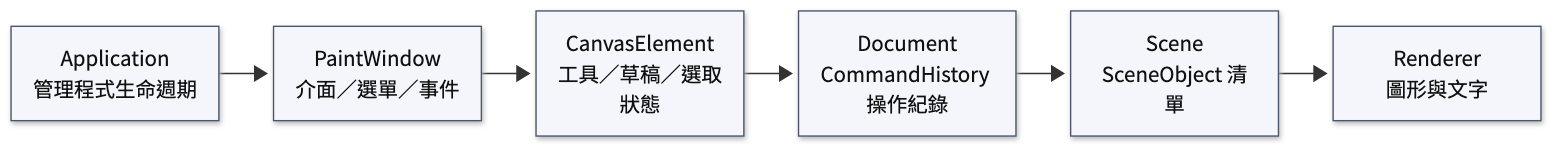
Above: docs/figures/ch03_architecture.png in YuanOwO/CG-hw1-paint (Mermaid), before the change. Its source is kept beside it as docs/figures-src/ch03_architecture.mmd.
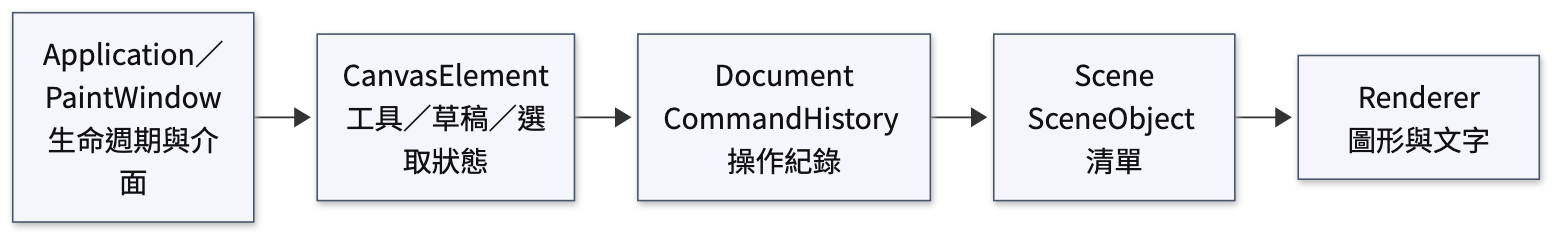
The same diagram one commit later.

Diff of the diagram source:
```diff
@@ -1,9 +1,8 @@
 flowchart LR
-    app[Application<br/>管理程式生命週期] --> window[PaintWindow<br/>介面／選單／事件]
-    window --> canvas[CanvasElement<br/>工具／草稿／選取狀態]
+    window[Application／PaintWindow<br/>生命週期與介面] --> canvas[CanvasElement<br/>工具／草稿／選取狀態]
     canvas --> document[Document<br/>CommandHistory 操作紀錄]
     document --> scene[Scene<br/>SceneObject 清單]
     scene --> renderer[Renderer<br/>圖形與文字]
 
     classDef component fill:#f4f6fb,stroke:#49566b,color:#111,stroke-width:1px;
-    class app,window,canvas,document,scene,renderer component;
+    class window,canvas,document,scene,renderer component;
```
